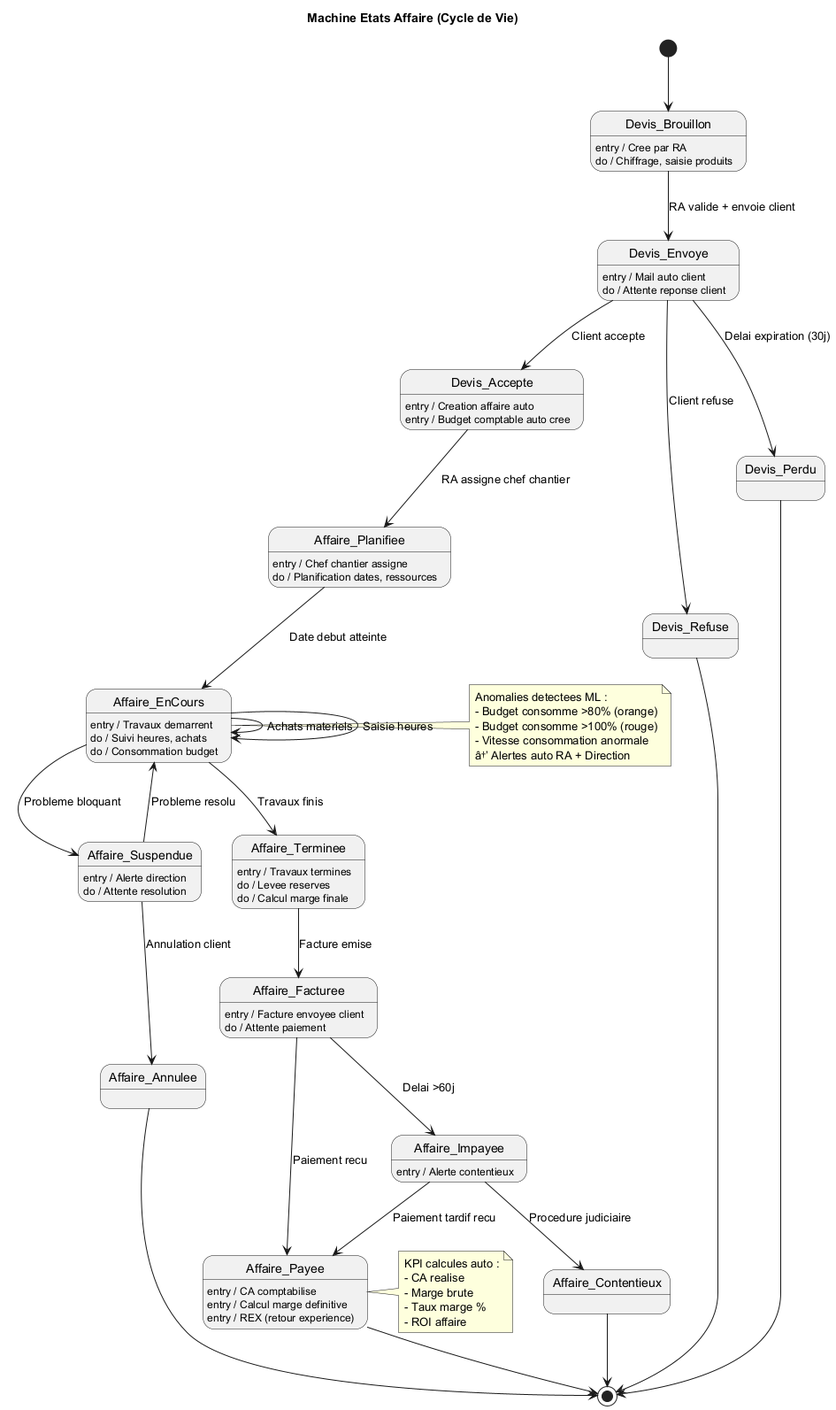
This is Services/Gestion-Operationnelle/uml/png/State_Affaire.png from JordanSerafini/Audit_Duret, a PlantUML export, as it was before one commit. Its diagram source:
```plantuml
@startuml State_Affaire

title Machine Etats Affaire (Cycle de Vie)

[*] --> Devis_Brouillon

Devis_Brouillon : entry / Cree par RA
Devis_Brouillon : do / Chiffrage, saisie produits
Devis_Brouillon --> Devis_Envoye : RA valide + envoie client

Devis_Envoye : entry / Mail auto client
Devis_Envoye : do / Attente reponse client
Devis_Envoye --> Devis_Accepte : Client accepte
Devis_Envoye --> Devis_Refuse : Client refuse
Devis_Envoye --> Devis_Perdu : Delai expiration (30j)

Devis_Refuse --> [*]
Devis_Perdu --> [*]

Devis_Accepte : entry / Creation affaire auto
Devis_Accepte : entry / Budget comptable auto cree
Devis_Accepte --> Affaire_Planifiee : RA assigne chef chantier

Affaire_Planifiee : entry / Chef chantier assigne
Affaire_Planifiee : do / Planification dates, ressources
Affaire_Planifiee --> Affaire_EnCours : Date debut atteinte

Affaire_EnCours : entry / Travaux demarrent
Affaire_EnCours : do / Suivi heures, achats
Affaire_EnCours : do / Consommation budget
Affaire_EnCours --> Affaire_EnCours : Achats materiels
Affaire_EnCours --> Affaire_EnCours : Saisie heures
Affaire_EnCours --> Affaire_Suspendue : Probleme bloquant
Affaire_EnCours --> Affaire_Terminee : Travaux finis

Affaire_Suspendue : entry / Alerte direction
Affaire_Suspendue : do / Attente resolution
Affaire_Suspendue --> Affaire_EnCours : Probleme resolu
Affaire_Suspendue --> Affaire_Annulee : Annulation client

Affaire_Terminee : entry / Travaux termines
Affaire_Terminee : do / Levee reserves
Affaire_Terminee : do / Calcul marge finale
Affaire_Terminee --> Affaire_Facturee : Facture emise

Affaire_Facturee : entry / Facture envoyee client
Affaire_Facturee : do / Attente paiement
Affaire_Facturee --> Affaire_Payee : Paiement recu
Affaire_Facturee --> Affaire_Impayee : Delai >60j

Affaire_Payee : entry / CA comptabilise
Affaire_Payee : entry / Calcul marge definitive
Affaire_Payee : entry / REX (retour experience)
Affaire_Payee --> [*]

Affaire_Impayee : entry / Alerte contentieux
Affaire_Impayee --> Affaire_Payee : Paiement tardif recu
Affaire_Impayee --> Affaire_Contentieux : Procedure judiciaire

Affaire_Contentieux --> [*]
Affaire_Annulee --> [*]

note right of Affaire_EnCours
  Anomalies detectees ML :
  - Budget consomme >80% (orange)
  - Budget consomme >100% (rouge)
  - Vitesse consommation anormale
  â†’ Alertes auto RA + Direction
end note

note right of Affaire_Payee
  KPI calcules auto :
  - CA realise
  - Marge brute
  - Taux marge %
  - ROI affaire
end note

@enduml
```
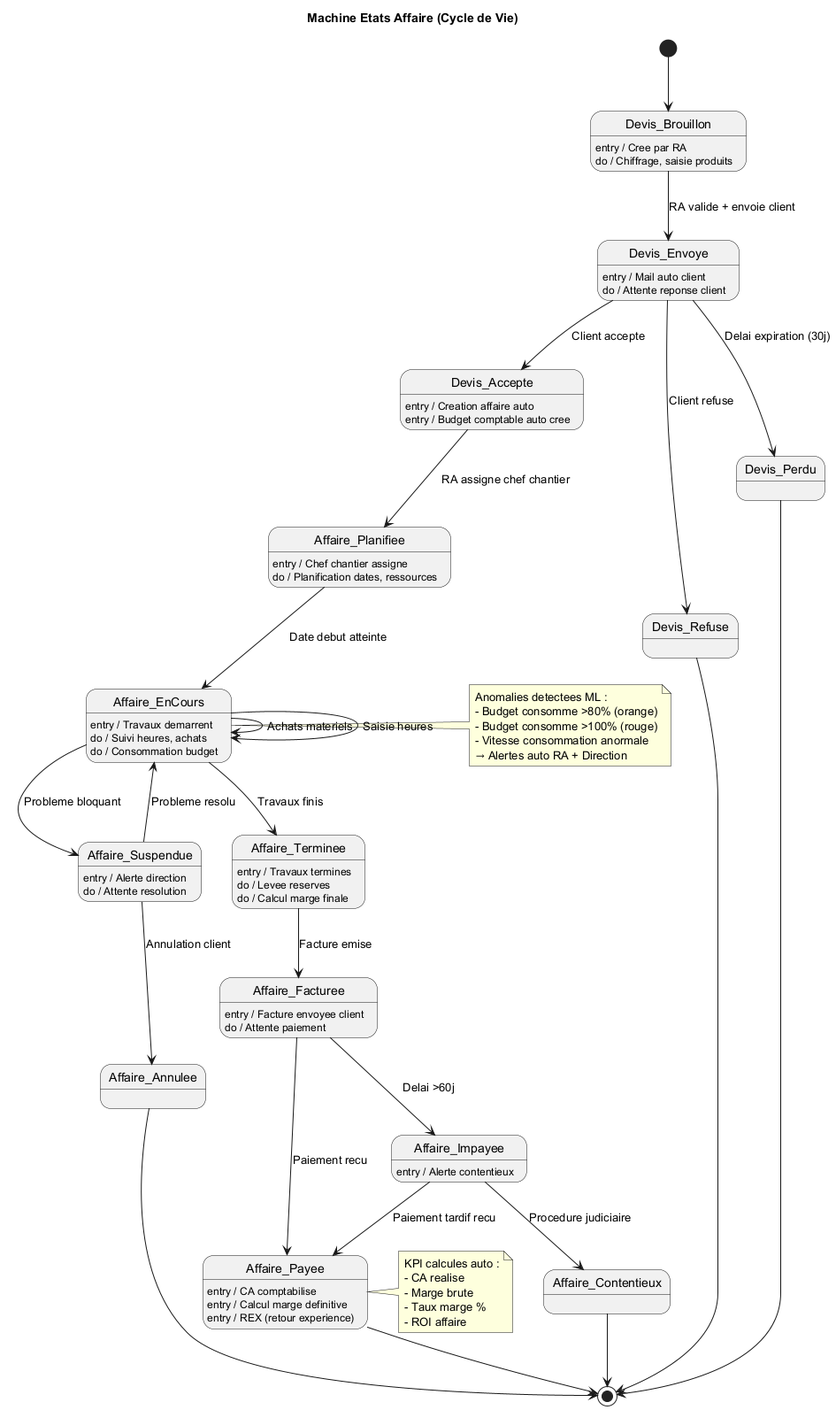
After the commit.

The edit, as a diff of the source:
```diff
@@ -65,7 +65,7 @@
   - Budget consomme >80% (orange)
   - Budget consomme >100% (rouge)
   - Vitesse consommation anormale
-  â†’ Alertes auto RA + Direction
+  → Alertes auto RA + Direction
 end note
 
 note right of Affaire_Payee
```
